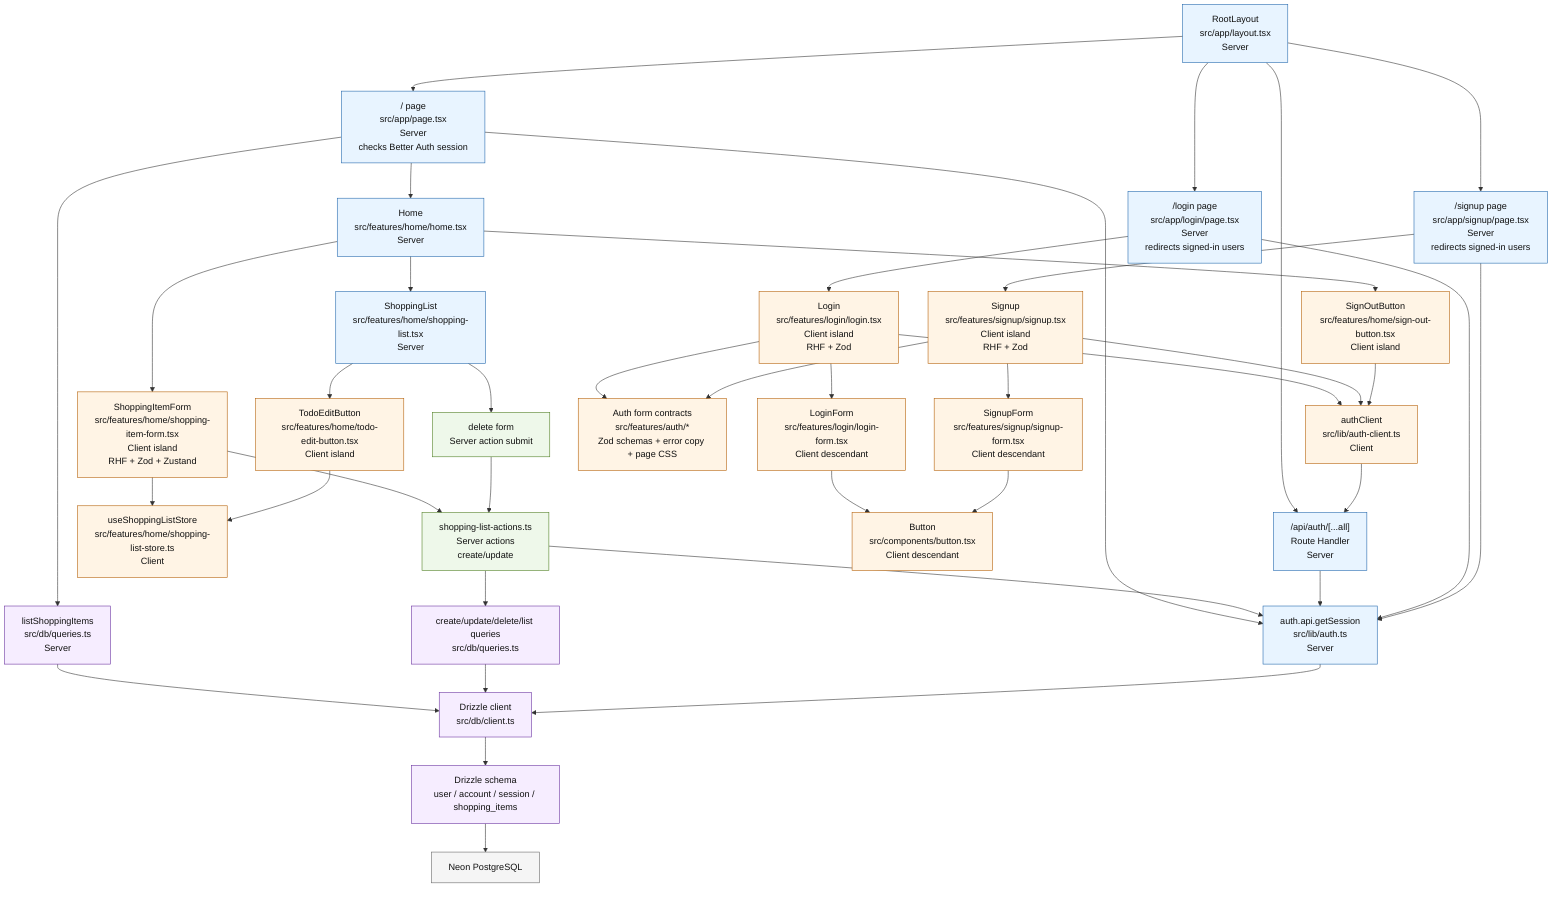
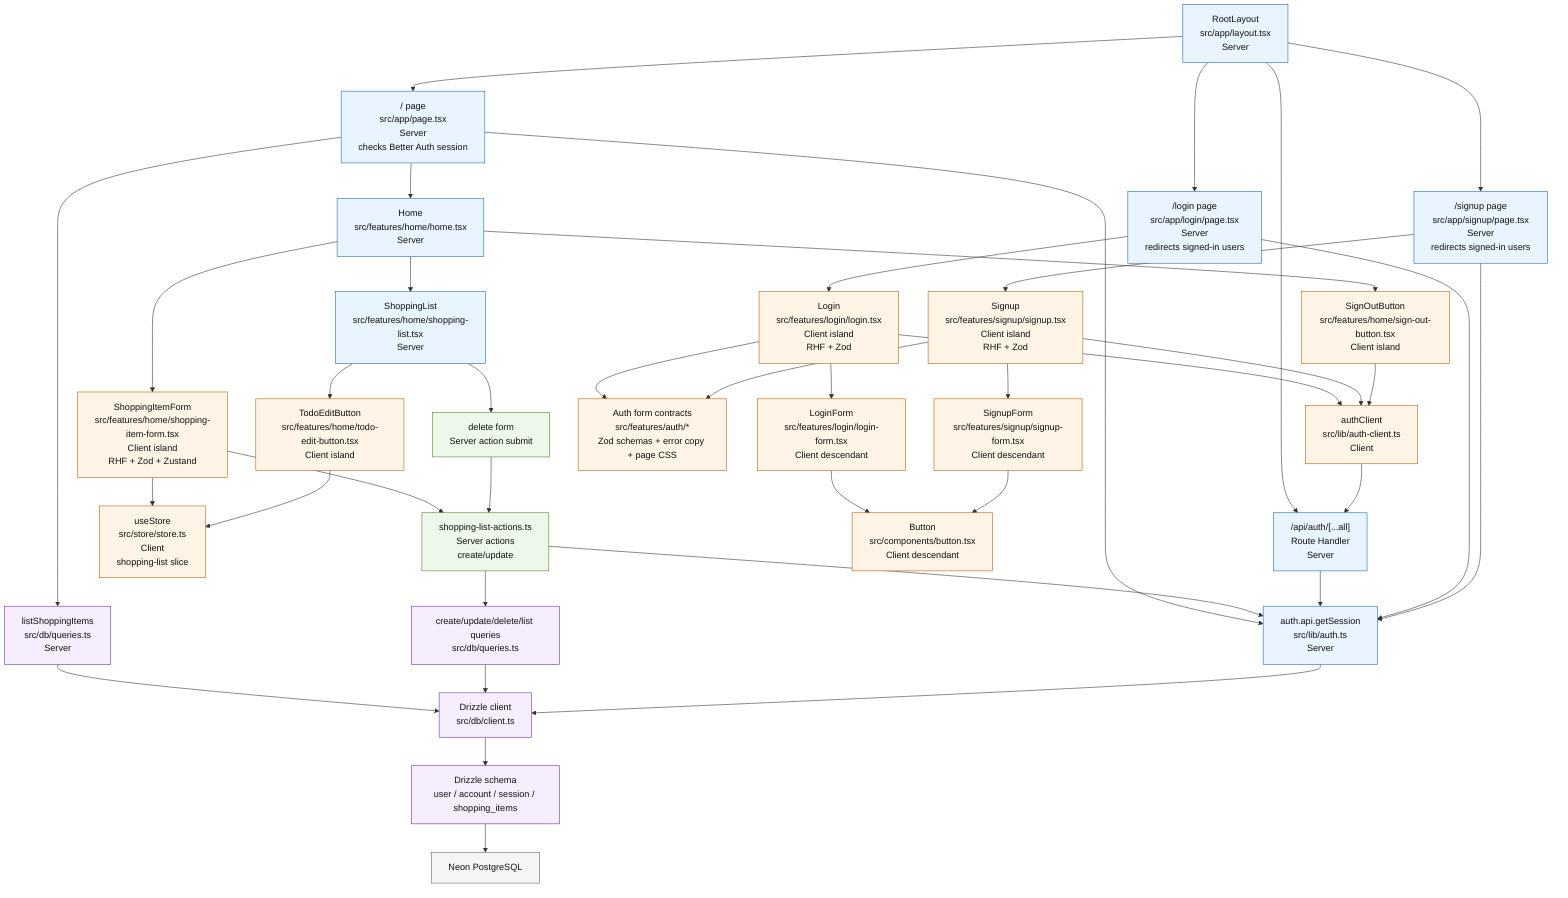
flowchart TD
  %% Current Next.js App Router component composition.
  %% Blue = Server Component / server code, Orange = Client Component, Green = server action, Purple = data layer.

  Root["RootLayout<br/>src/app/layout.tsx<br/>Server"]:::server

  Root --> HomeRoute["/ page<br/>src/app/page.tsx<br/>Server<br/>checks Better Auth session"]:::server
  Root --> LoginRoute["/login page<br/>src/app/login/page.tsx<br/>Server<br/>redirects signed-in users"]:::server
  Root --> SignUpRoute["/signup page<br/>src/app/signup/page.tsx<br/>Server<br/>redirects signed-in users"]:::server
  Root --> AuthRoute["/api/auth/[...all]<br/>Route Handler<br/>Server"]:::server

  HomeRoute --> AuthServer["auth.api.getSession<br/>src/lib/auth.ts<br/>Server"]:::server
  HomeRoute --> ListQuery["listShoppingItems<br/>src/db/queries.ts<br/>Server"]:::data
  HomeRoute --> Home["Home<br/>src/features/home/home.tsx<br/>Server"]:::server

  Home --> SignOutButton["SignOutButton<br/>src/features/home/sign-out-button.tsx<br/>Client island"]:::client
  Home --> ShoppingItemForm["ShoppingItemForm<br/>src/features/home/shopping-item-form.tsx<br/>Client island<br/>RHF + Zod + Zustand"]:::client
  Home --> ShoppingList["ShoppingList<br/>src/features/home/shopping-list.tsx<br/>Server"]:::server

-   ShoppingItemForm --> Store["useShoppingListStore<br/>src/features/home/shopping-list-store.ts<br/>Client"]:::client
+   ShoppingItemForm --> Store["useStore<br/>src/store/store.ts<br/>Client<br/>shopping-list slice"]:::client
  ShoppingItemForm --> ItemActions["shopping-list-actions.ts<br/>Server actions<br/>create/update"]:::action

  ShoppingList --> TodoEditButton["TodoEditButton<br/>src/features/home/todo-edit-button.tsx<br/>Client island"]:::client
  ShoppingList --> DeleteForm["delete form<br/>Server action submit"]:::action
  DeleteForm --> ItemActions
  TodoEditButton --> Store

  ItemActions --> AuthServer
  ItemActions --> Queries["create/update/delete/list queries<br/>src/db/queries.ts"]:::data
  ListQuery --> DbClient["Drizzle client<br/>src/db/client.ts"]:::data
  Queries --> DbClient
  AuthServer --> DbClient
  AuthRoute --> AuthServer

  DbClient --> Schema["Drizzle schema<br/>user / account / session / shopping_items"]:::data
  Schema --> Neon["Neon PostgreSQL"]:::external

  LoginRoute --> AuthServer
  LoginRoute --> Login["Login<br/>src/features/login/login.tsx<br/>Client island<br/>RHF + Zod"]:::client
  Login --> LoginForm["LoginForm<br/>src/features/login/login-form.tsx<br/>Client descendant"]:::client
  Login --> AuthForms["Auth form contracts<br/>src/features/auth/*<br/>Zod schemas + error copy + page CSS"]:::client
  Login --> AuthClient["authClient<br/>src/lib/auth-client.ts<br/>Client"]:::client

  SignUpRoute --> AuthServer
  SignUpRoute --> Signup["Signup<br/>src/features/signup/signup.tsx<br/>Client island<br/>RHF + Zod"]:::client
  Signup --> SignupForm["SignupForm<br/>src/features/signup/signup-form.tsx<br/>Client descendant"]:::client
  Signup --> AuthForms
  Signup --> AuthClient

  LoginForm --> Button["Button<br/>src/components/button.tsx<br/>Client descendant"]:::client
  SignupForm --> Button
  SignOutButton --> AuthClient
  AuthClient --> AuthRoute

  classDef server fill:#e8f4ff,stroke:#2166ac,color:#111
  classDef client fill:#fff4e5,stroke:#b45f06,color:#111
  classDef action fill:#eef8ea,stroke:#4f7f22,color:#111
  classDef data fill:#f6edff,stroke:#6a329f,color:#111
  classDef external fill:#f5f5f5,stroke:#666,color:#111
